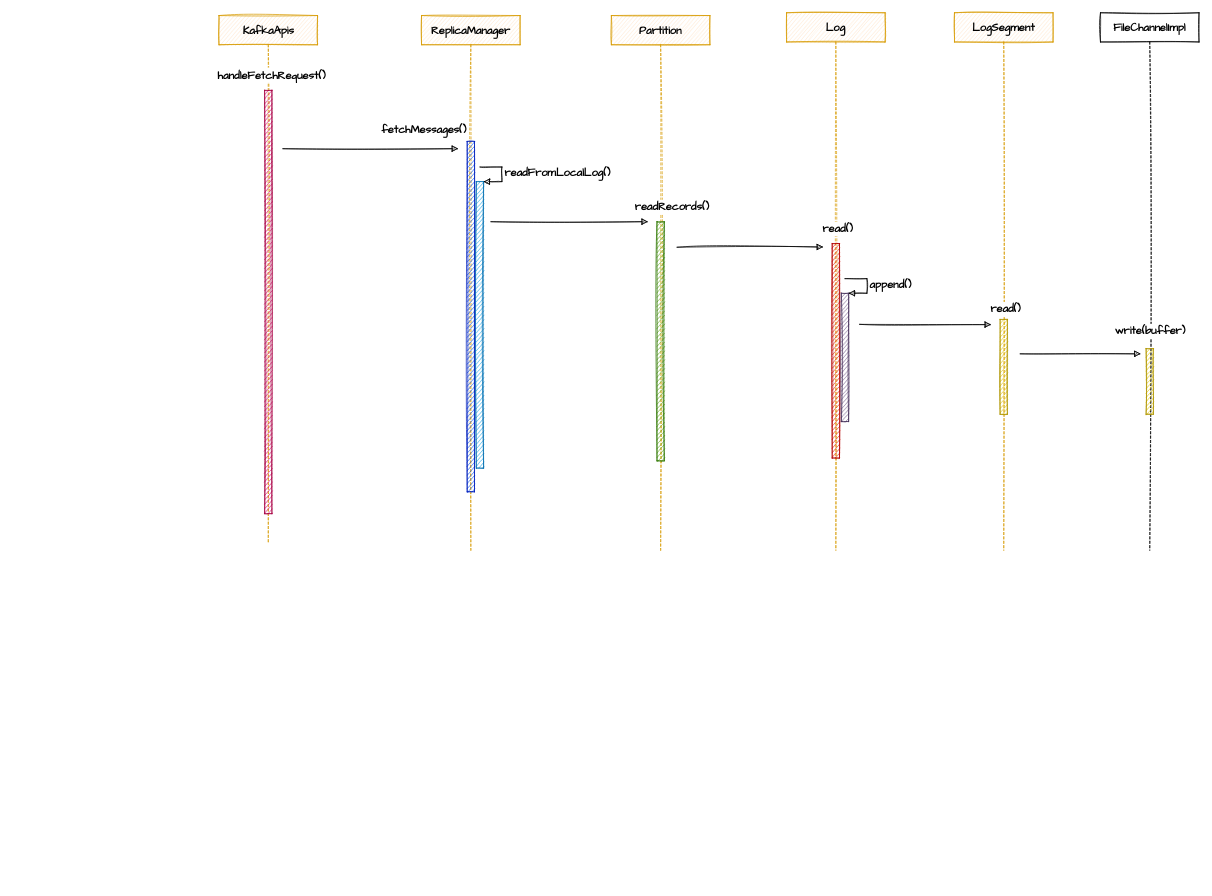
Earlier version of the draw.io diagram page "消息消费" (6 of 6) of Drawio/Kafka Broker.drawio (xinzhuxiansheng/blog-notes). Source tidied: cells renumbered, new cells numbered last; positions are measured from the earlier drawing's top-left corner, leaving out a move shared by most shapes. Both pictures are drawn from the tidied source at 73%, with x=0, y=0 at pixel (195, 12).
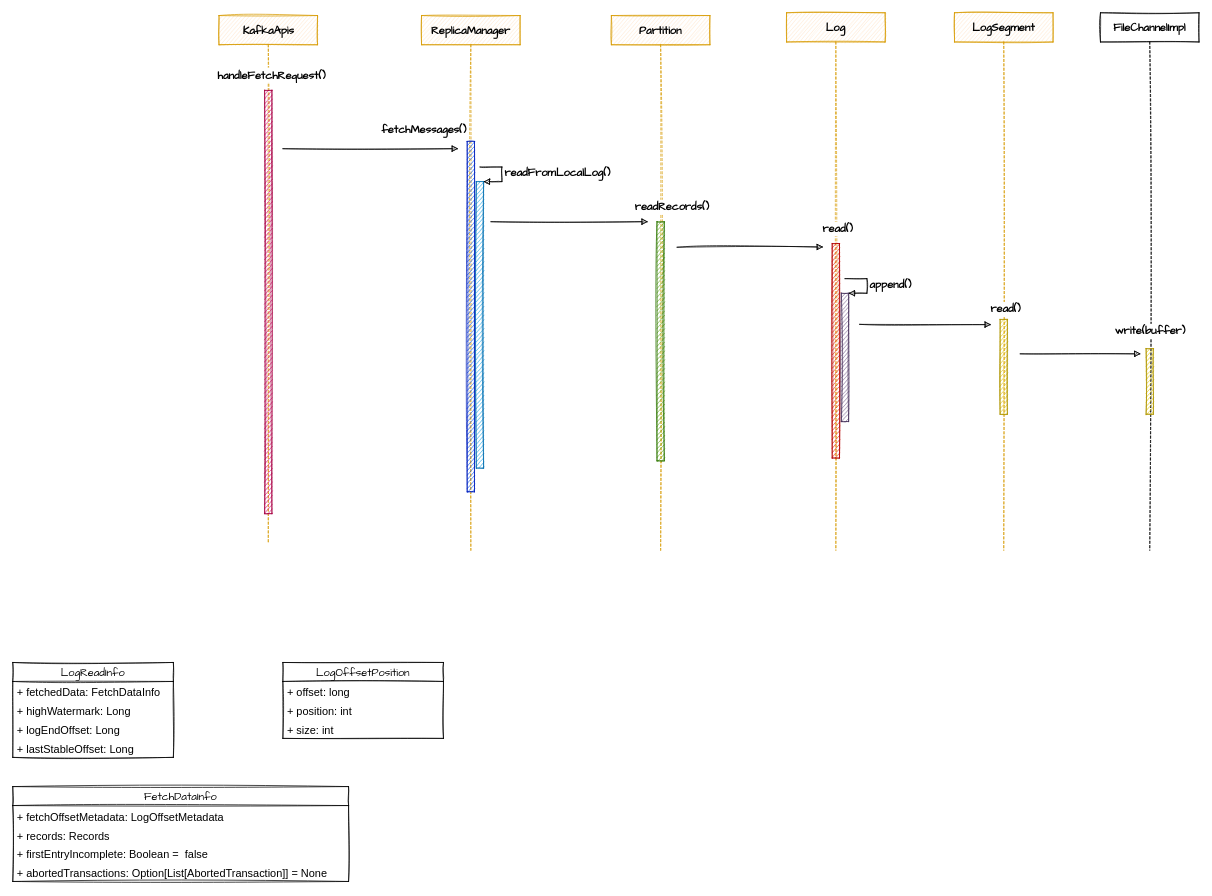
After the change.

The edit, as a diff of the source:
```diff
@@
+    <mxCell id="29" value="LogReadInfo" style="swimlane;fontStyle=0;horizontal=1;startSize=26;fillColor=none;sketch=1;fontFamily=Comic Sans MS;fontSize=15;" parent="1" vertex="1">
+      <mxGeometry x="-250" y="890" width="220" height="130" as="geometry" />
+    </mxCell>
+    <mxCell id="30" value="+ fetchedData: FetchDataInfo" style="text;strokeColor=none;fillColor=none;align=left;verticalAlign=top;spacingLeft=4;spacingRight=4;overflow=hidden;fontSize=15;" parent="29" vertex="1">
+      <mxGeometry y="26" width="220" height="26" as="geometry" />
+    </mxCell>
+    <mxCell id="31" value="+ highWatermark: Long" style="text;strokeColor=none;fillColor=none;align=left;verticalAlign=top;spacingLeft=4;spacingRight=4;overflow=hidden;fontSize=15;" parent="29" vertex="1">
+      <mxGeometry y="52" width="220" height="26" as="geometry" />
+    </mxCell>
+    <mxCell id="32" value="+ logEndOffset: Long" style="text;strokeColor=none;fillColor=none;align=left;verticalAlign=top;spacingLeft=4;spacingRight=4;overflow=hidden;fontSize=15;" parent="29" vertex="1">
+      <mxGeometry y="78" width="220" height="26" as="geometry" />
+    </mxCell>
+    <mxCell id="33" value="+ lastStableOffset: Long" style="text;strokeColor=none;fillColor=none;align=left;verticalAlign=top;spacingLeft=4;spacingRight=4;overflow=hidden;fontSize=15;" parent="29" vertex="1">
+      <mxGeometry y="104" width="220" height="26" as="geometry" />
+    </mxCell>
+    <mxCell id="34" value="FetchDataInfo" style="swimlane;fontStyle=0;horizontal=1;startSize=26;fillColor=none;sketch=1;fontFamily=Comic Sans MS;fontSize=15;" parent="1" vertex="1">
+      <mxGeometry x="-250" y="1060" width="460" height="130" as="geometry" />
+    </mxCell>
+    <mxCell id="35" value="+ fetchOffsetMetadata: LogOffsetMetadata" style="text;strokeColor=none;fillColor=none;align=left;verticalAlign=top;spacingLeft=4;spacingRight=4;overflow=hidden;fontSize=15;" parent="34" vertex="1">
+      <mxGeometry y="26" width="460" height="26" as="geometry" />
+    </mxCell>
+    <mxCell id="36" value="+ records: Records" style="text;strokeColor=none;fillColor=none;align=left;verticalAlign=top;spacingLeft=4;spacingRight=4;overflow=hidden;fontSize=15;" parent="34" vertex="1">
+      <mxGeometry y="52" width="460" height="26" as="geometry" />
+    </mxCell>
+    <mxCell id="37" value="+ firstEntryIncomplete: Boolean =  false" style="text;strokeColor=none;fillColor=none;align=left;verticalAlign=top;spacingLeft=4;spacingRight=4;overflow=hidden;fontSize=15;" parent="34" vertex="1">
+      <mxGeometry y="78" width="460" height="26" as="geometry" />
+    </mxCell>
+    <mxCell id="38" value="+ abortedTransactions: Option[List[AbortedTransaction]] = None" style="text;strokeColor=none;fillColor=none;align=left;verticalAlign=top;spacingLeft=4;spacingRight=4;overflow=hidden;fontSize=15;" parent="34" vertex="1">
+      <mxGeometry y="104" width="460" height="26" as="geometry" />
+    </mxCell>
+    <mxCell id="39" value="LogOffsetPosition" style="swimlane;fontStyle=0;horizontal=1;startSize=26;fillColor=none;sketch=1;fontFamily=Comic Sans MS;fontSize=15;" parent="1" vertex="1">
+      <mxGeometry x="120" y="890" width="220" height="104" as="geometry" />
+    </mxCell>
+    <mxCell id="40" value="+ offset: long" style="text;strokeColor=none;fillColor=none;align=left;verticalAlign=top;spacingLeft=4;spacingRight=4;overflow=hidden;fontSize=15;" parent="39" vertex="1">
+      <mxGeometry y="26" width="220" height="26" as="geometry" />
+    </mxCell>
+    <mxCell id="41" value="+ position: int" style="text;strokeColor=none;fillColor=none;align=left;verticalAlign=top;spacingLeft=4;spacingRight=4;overflow=hidden;fontSize=15;" parent="39" vertex="1">
+      <mxGeometry y="52" width="220" height="26" as="geometry" />
+    </mxCell>
+    <mxCell id="42" value="+ size: int" style="text;strokeColor=none;fillColor=none;align=left;verticalAlign=top;spacingLeft=4;spacingRight=4;overflow=hidden;fontSize=15;" parent="39" vertex="1">
+      <mxGeometry y="78" width="220" height="26" as="geometry" />
+    </mxCell>
```
